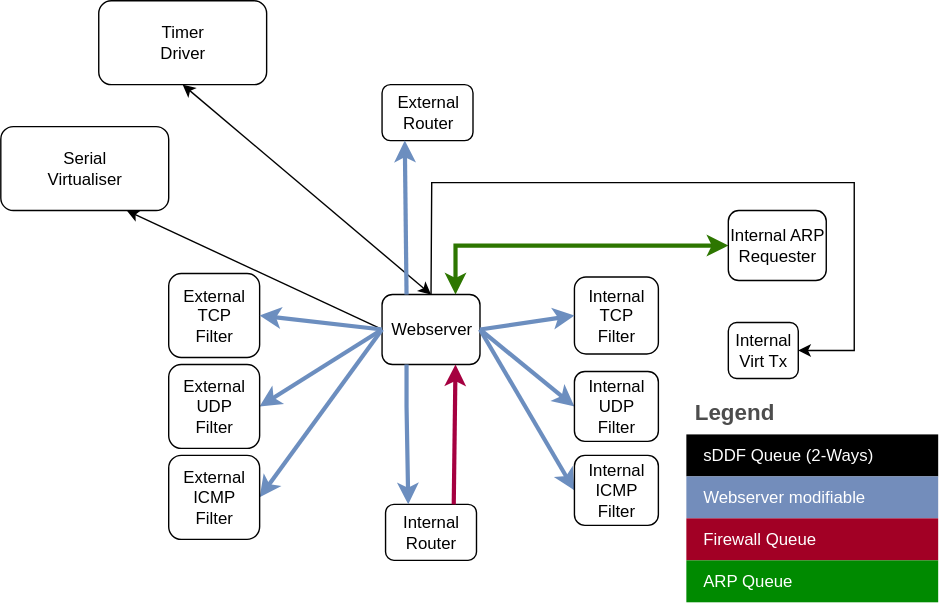
Above: static/firewall_webserver.svg in au-ts/lionsos.org (draw.io), before the change. Source tidied: cells renumbered, new cells last; positions are measured from the earlier drawing's top-left corner, leaving out a move shared by most shapes.
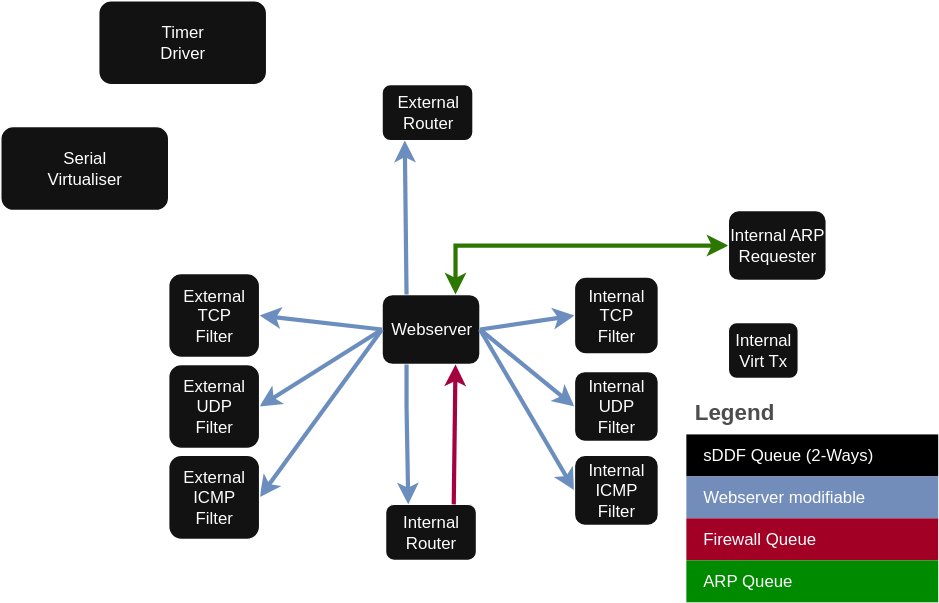
Later version of the same file.

Commit message:
Fix light/dark mode of firewall images & arrow direction

The edit, as a diff of the source:
```diff
@@ -11,7 +11,7 @@
     <mxCell id="4" value="Webserver" style="rounded=1;whiteSpace=wrap;html=1;" parent="1" vertex="1">
       <mxGeometry x="272.5" y="210" width="70" height="50" as="geometry" />
     </mxCell>
-    <mxCell id="5" style="endArrow=classic;html=1;rounded=0;exitX=0.5;exitY=0;exitDx=0;exitDy=0;entryX=1;entryY=0.5;entryDx=0;entryDy=0;" parent="1" edge="1" source="4" target="2">
+    <mxCell id="5" style="endArrow=classic;html=1;rounded=0;exitX=0.5;exitY=0;exitDx=0;exitDy=0;entryX=1;entryY=0.5;entryDx=0;entryDy=0;startArrow=classicThin;startFill=1;" parent="1" edge="1" source="4" target="2">
       <mxGeometry relative="1" as="geometry">
         <Array as="points">
           <mxPoint x="308" y="130" />
@@ -32,10 +32,10 @@
     <mxCell id="9" value="&lt;div&gt;Timer&lt;/div&gt;&lt;div&gt;Driver&lt;/div&gt;" style="rounded=1;whiteSpace=wrap;html=1;" parent="1" vertex="1">
       <mxGeometry x="70" width="120" height="60" as="geometry" />
     </mxCell>
-    <mxCell id="10" style="endArrow=classic;startArrow=classic;html=1;rounded=0;exitX=0.5;exitY=1;exitDx=0;exitDy=0;entryX=0.5;entryY=0;entryDx=0;entryDy=0;" parent="1" edge="1" source="9" target="4">
+    <mxCell id="10" style="endArrow=classic;startArrow=classicThin;html=1;rounded=0;exitX=0.5;exitY=1;exitDx=0;exitDy=0;entryX=0.25;entryY=0;entryDx=0;entryDy=0;startFill=1;" parent="1" edge="1" source="9" target="4">
       <mxGeometry relative="1" as="geometry" />
     </mxCell>
-    <mxCell id="11" style="endArrow=classic;html=1;rounded=0;exitX=0;exitY=0.5;exitDx=0;exitDy=0;entryX=0.75;entryY=1;entryDx=0;entryDy=0;" parent="1" edge="1" source="4" target="6">
+    <mxCell id="11" style="endArrow=classic;html=1;rounded=0;exitX=0;exitY=0.5;exitDx=0;exitDy=0;entryX=0.75;entryY=1;entryDx=0;entryDy=0;startArrow=classicThin;startFill=1;" parent="1" edge="1" source="4" target="6">
       <mxGeometry relative="1" as="geometry" />
     </mxCell>
     <mxCell id="12" style="endArrow=classic;html=1;rounded=0;exitX=1;exitY=0.5;exitDx=0;exitDy=0;entryX=0;entryY=0.5;entryDx=0;entryDy=0;fillColor=#dae8fc;strokeColor=#6c8ebf;strokeWidth=3;" parent="1" edge="1" source="4" target="7">
```
